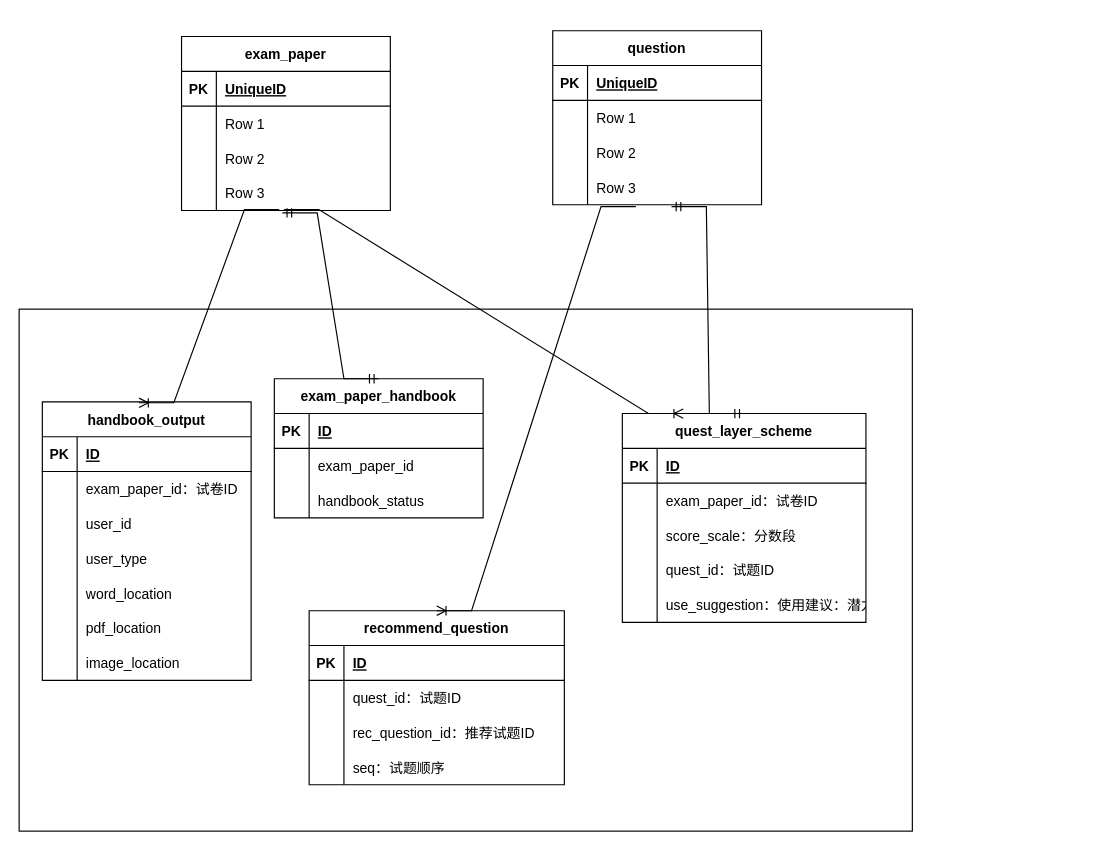
This is 未命名绘图.drawio from suncodes/suncodes-diagrams, a draw.io file, before an edit. Source tidied: cells renumbered, new cells numbered last; positions are measured from the earlier drawing's top-left corner, leaving out a move shared by most shapes. Both pictures are drawn from the tidied source at 116%, with x=0, y=0 at pixel (19, 30).
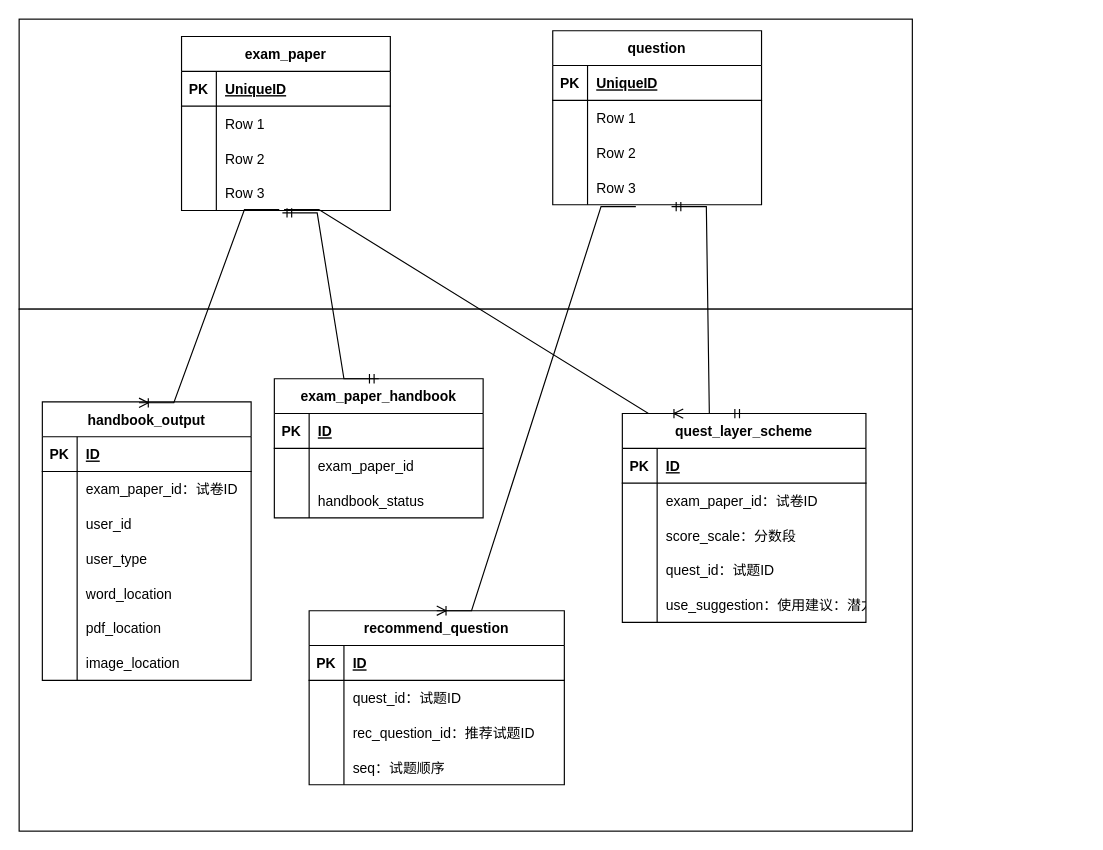
The same page after the edit.

Commit message:
更新未命名绘图.drawio

Change to the diagram source:
```diff
@@
+    <mxCell id="95" style="rounded=0;whiteSpace=wrap;html=1;" parent="1" vertex="1">
+      <mxGeometry y="-10" width="770" height="250" as="geometry" />
+    </mxCell>
```
